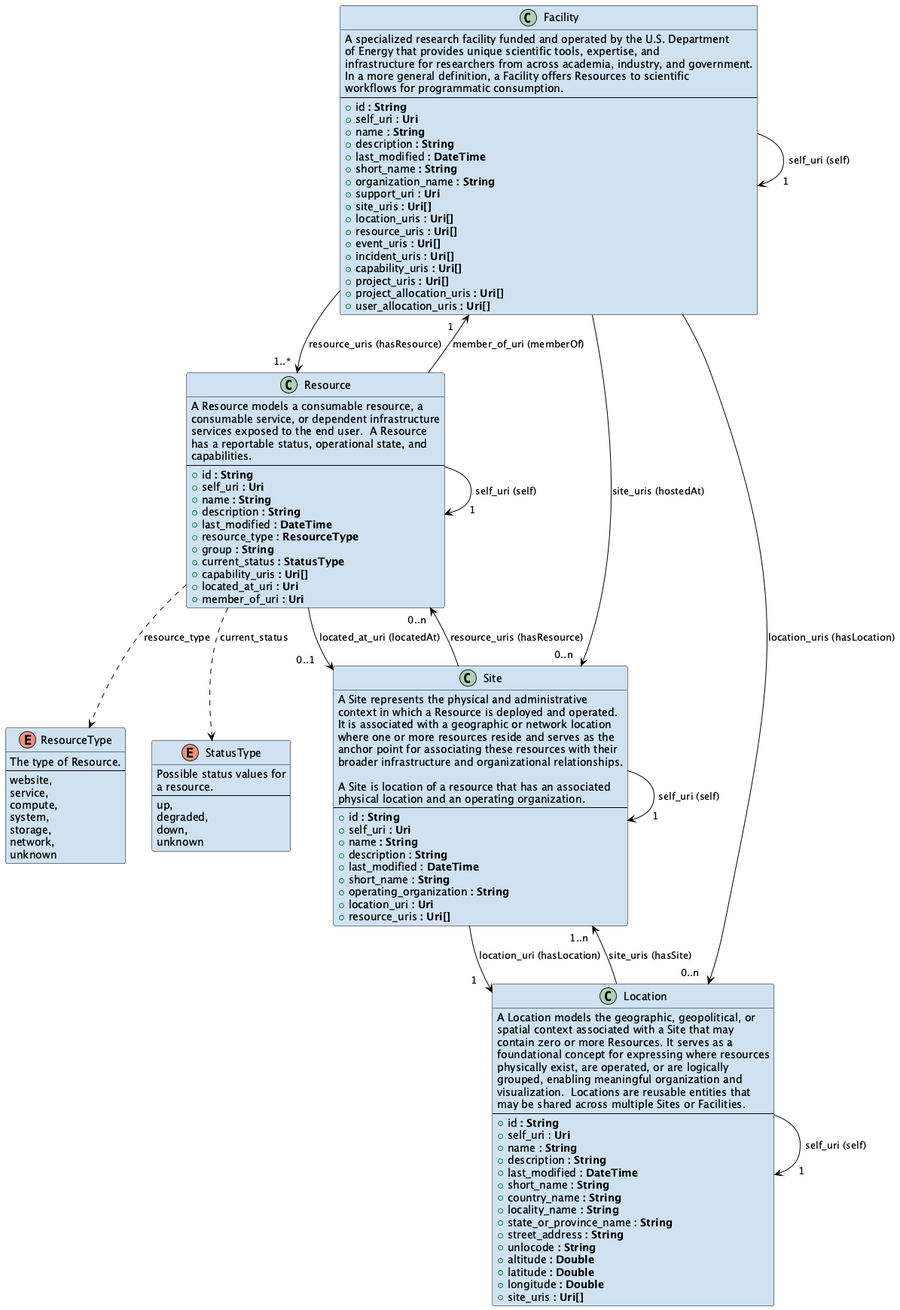
Above: specification/images/facility-model.png in doe-iri/iri-facility-api-docs (PlantUML), before the change.
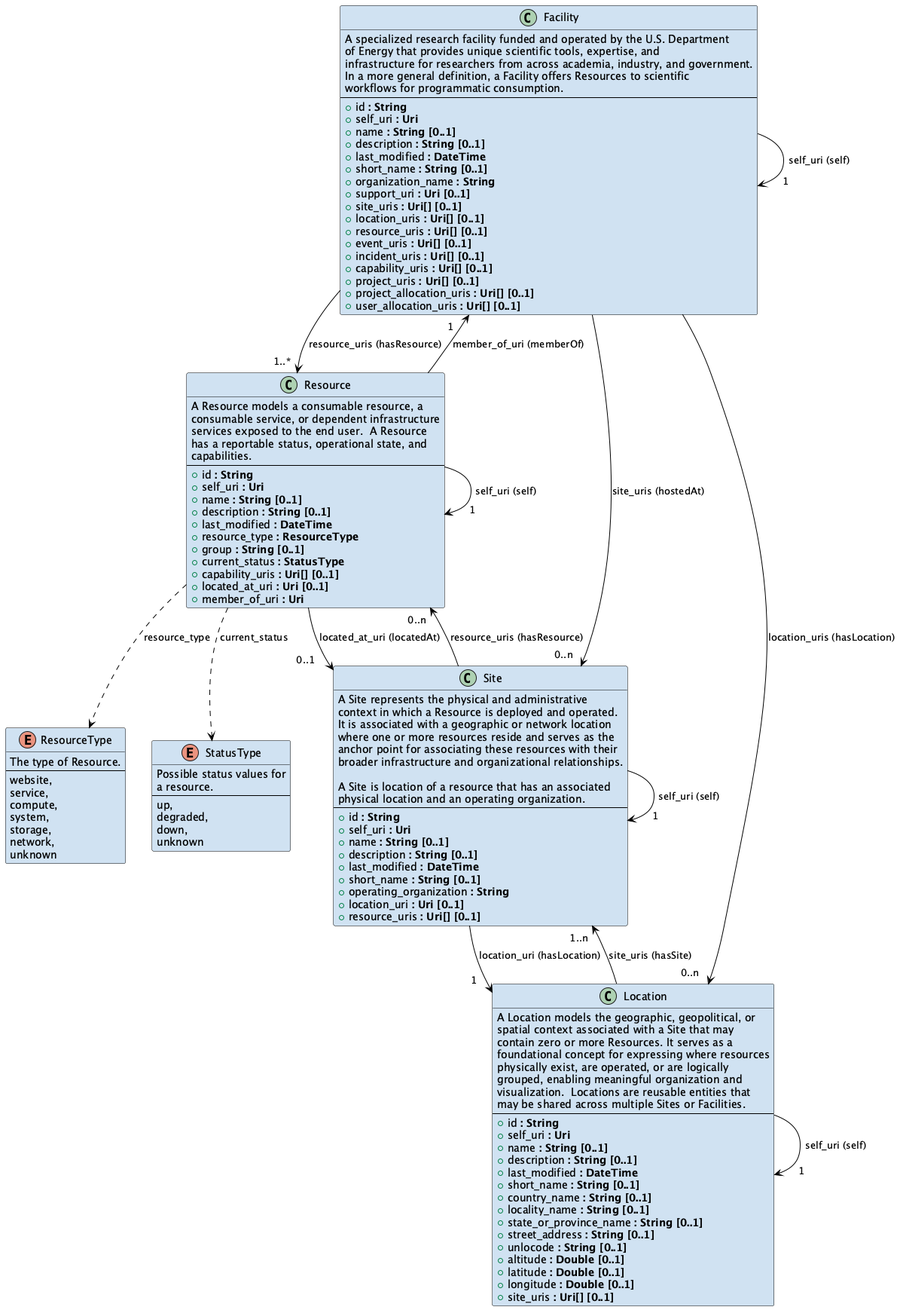
The same diagram one commit later.

Diff of the diagram source:
```diff
@@ -15,21 +15,21 @@
 ---
   + id <b>: String</b>
   + self_uri <b>: Uri</b>
-  + name <b>: String</b>
-  + description <b>: String</b>
+  + name <b>: String [0..1]</b>
+  + description <b>: String [0..1]</b>
   + last_modified <b>: DateTime</b>
-  + short_name <b>: String</b>
+  + short_name <b>: String [0..1]</b>
   + organization_name <b>: String</b>
-  + support_uri <b>: Uri</b>
-  + site_uris <b>: Uri[]</b>
-  + location_uris <b>: Uri[]</b>
-  + resource_uris <b>: Uri[]</b>
-  + event_uris <b>: Uri[]</b>
-  + incident_uris <b>: Uri[]</b>
-  + capability_uris <b>: Uri[]</b>
-  + project_uris <b>: Uri[]</b>
-  + project_allocation_uris <b>: Uri[]</b>
-  + user_allocation_uris <b>: Uri[]</b>
+  + support_uri <b>: Uri [0..1]</b>
+  + site_uris <b>: Uri[] [0..1]</b>
+  + location_uris <b>: Uri[] [0..1]</b>
+  + resource_uris <b>: Uri[] [0..1]</b>
+  + event_uris <b>: Uri[] [0..1]</b>
+  + incident_uris <b>: Uri[] [0..1]</b>
+  + capability_uris <b>: Uri[] [0..1]</b>
+  + project_uris <b>: Uri[] [0..1]</b>
+  + project_allocation_uris <b>: Uri[] [0..1]</b>
+  + user_allocation_uris <b>: Uri[] [0..1]</b>
 }
 
 Facility --> "      1" Facility : self_uri (self)
@@ -43,14 +43,14 @@
 ---
   + id <b>: String</b>
   + self_uri <b>: Uri</b>
-  + name <b>: String</b>
-  + description <b>: String</b>
+  + name <b>: String [0..1]</b>
+  + description <b>: String [0..1]</b>
   + last_modified <b>: DateTime</b>
   + resource_type <b>: ResourceType</b>
-  + group <b>: String</b>
+  + group <b>: String [0..1]</b>
   + current_status <b>: StatusType</b>
-  + capability_uris <b>: Uri[]</b>
-  + located_at_uri <b>: Uri</b>
+  + capability_uris <b>: Uri[] [0..1]</b>
+  + located_at_uri <b>: Uri [0..1]</b>
   + member_of_uri <b>: Uri</b>
 }
 
@@ -97,13 +97,13 @@
 ---
   + id <b>: String</b>
   + self_uri <b>: Uri</b>
-  + name <b>: String</b>
-  + description <b>: String</b>
+  + name <b>: String [0..1]</b>
+  + description <b>: String [0..1]</b>
   + last_modified <b>: DateTime</b>
-  + short_name <b>: String</b>
+  + short_name <b>: String [0..1]</b>
   + operating_organization <b>: String</b>
-  + location_uri <b>: Uri</b>
-  + resource_uris <b>: Uri[]</b>
+  + location_uri <b>: Uri [0..1]</b>
+  + resource_uris <b>: Uri[] [0..1]</b>
 }
 
 Site --> "      1" Site : self_uri (self)
@@ -122,19 +122,19 @@
 ---
   + id <b>: String</b>
   + self_uri <b>: Uri</b>
-  + name <b>: String</b>
-  + description <b>: String</b>
+  + name <b>: String [0..1]</b>
+  + description <b>: String [0..1]</b>
   + last_modified <b>: DateTime</b>
-  + short_name <b>: String</b>
-  + country_name <b>: String</b>
-  + locality_name <b>: String</b>
-  + state_or_province_name <b>: String</b>
-  + street_address <b>: String</b>
-  + unlocode <b>: String</b>
-  + altitude <b>: Double</b>
-  + latitude <b>: Double</b>
-  + longitude <b>: Double</b>
-  + site_uris <b>: Uri[]</b>
+  + short_name <b>: String [0..1]</b>
+  + country_name <b>: String [0..1]</b>
+  + locality_name <b>: String [0..1]</b>
+  + state_or_province_name <b>: String [0..1]</b>
+  + street_address <b>: String [0..1]</b>
+  + unlocode <b>: String [0..1]</b>
+  + altitude <b>: Double [0..1]</b>
+  + latitude <b>: Double [0..1]</b>
+  + longitude <b>: Double [0..1]</b>
+  + site_uris <b>: Uri[] [0..1]</b>
 }
 
 Location --> "      1" Location : self_uri (self)
```
